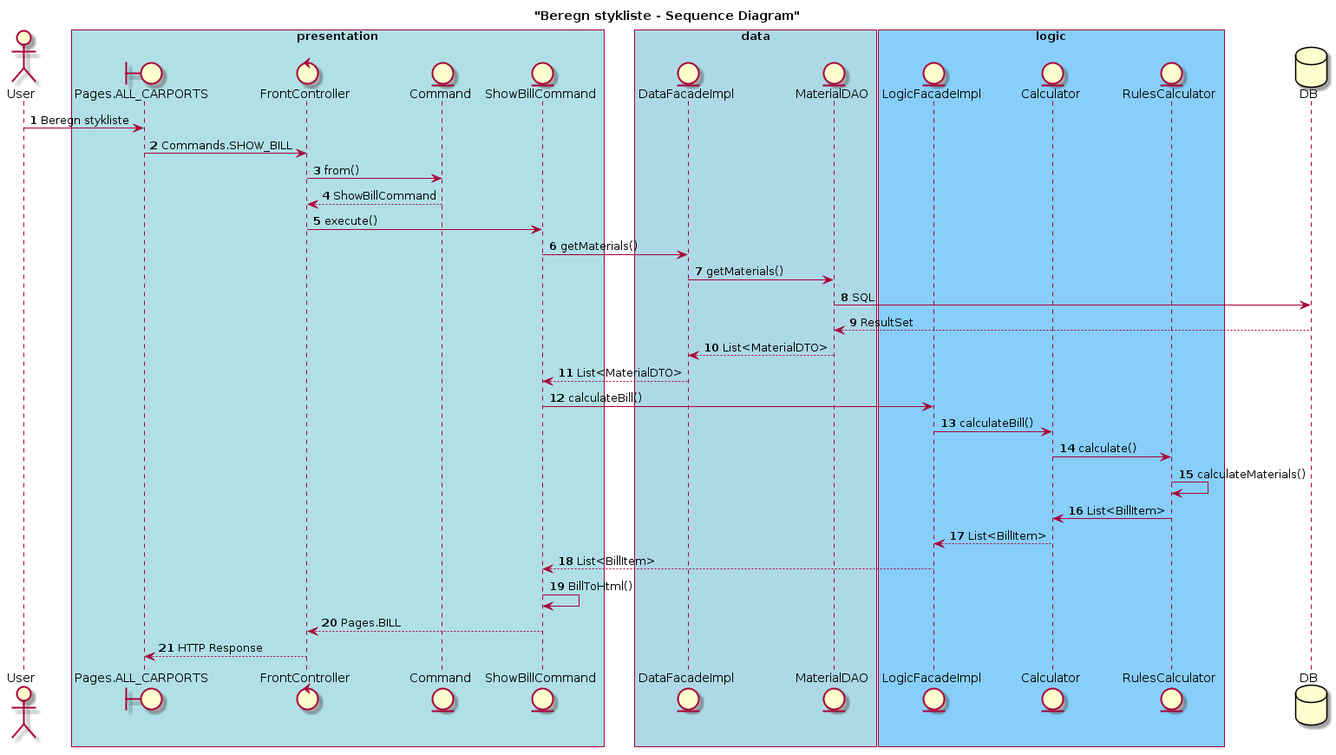
This is Analysedokumenter/SSD beregn stykliste.png from CK2800/Fog, a PlantUML export, as it was before one commit.
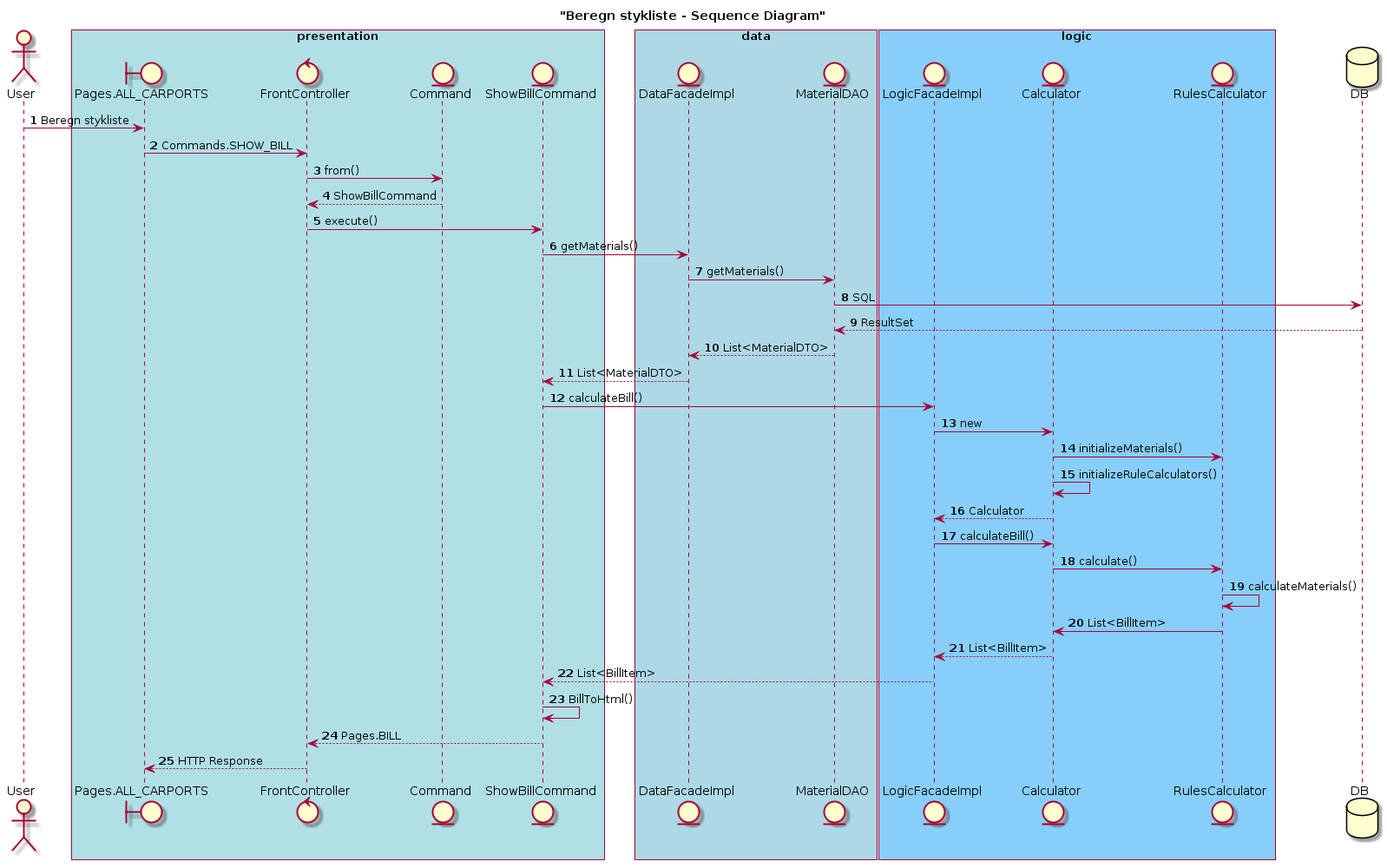
The same file after the commit.

The edit, as a diff of the source:
```diff
@@ -36,6 +36,10 @@
 mDAO -->DF: List<MaterialDTO>
 DF -->SBC : List<MaterialDTO>
 SBC -> LF : calculateBill()
+LF -> Calc: new
+Calc-> RC : initializeMaterials()
+Calc->Calc: initializeRuleCalculators()
+Calc--> LF : Calculator
 LF -> Calc: calculateBill()
 Calc-> RC : calculate()
 RC  -> RC : calculateMaterials()
```
